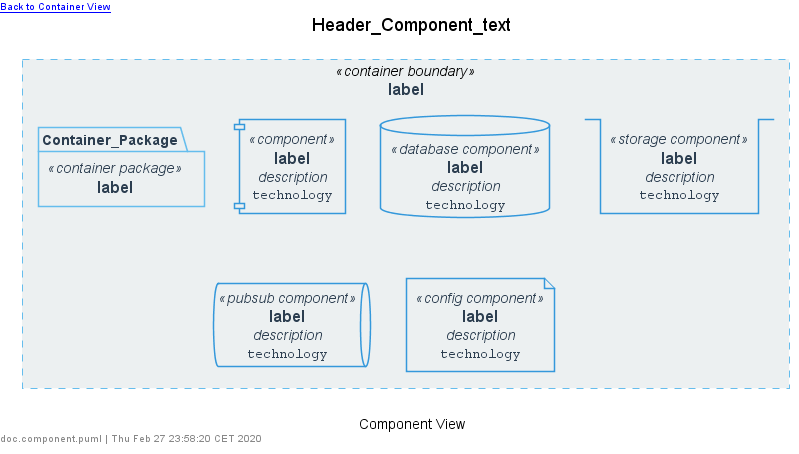
Before: example/diagrams/doc.component.png, a diagram exported from PlantUML (N0N4M3pl/plantuml-C4).
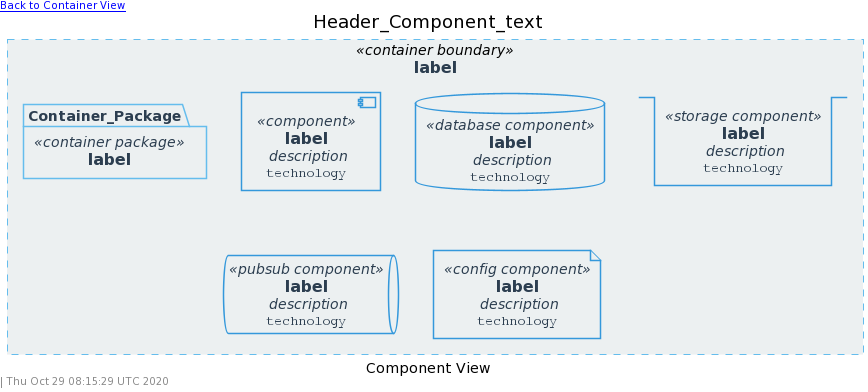
Later version of the same file.

The edit, as a diff of the source:
```diff
@@ -1,166 +1,109 @@
-@startuml doc.component
+@startuml
+!include https://raw.githubusercontent.com/N0N4M3pl/plantuml-C4/master/src/style.puml
+!include https://raw.githubusercontent.com/N0N4M3pl/plantuml-C4/master/src/common.puml
 
 
+!definelong Header_Component(text, link)
+left header [[link Back to Container View]]
+title text
+!enddefinelong
+
+!definelong Footer_Component()
+caption Component View
+Footer()
+!enddefinelong
 
 
-
-skinparam defaultTextAlignment center
-skinparam wrapWidth 200
-skinparam maxMessageSize 150
-
-
-
-
-
-
-
-
-
-
-
-
-
-
-
-
-
-
-
-skinparam defaultTextAlignment center
-skinparam wrapWidth 200
-skinparam maxMessageSize 150
-
-
-
-
-
-
-
-
-
-
-
-
-
-
-
-
-
-
-
-skinparam Note {
-    FontColor #566775
-    BackgroundColor white
-    BorderColor #b6c1c5
-}
-
-
-skinparam actor<<person>> {
-    StereotypeFontColor #2c3e50
-    FontColor #2c3e50
-    BackgroundColor #566775
-    BorderColor #566775
-    Shadowing false
-}
-
-skinparam Arrow {
-    FontColor #2c3e50
-    Color #566775
-    FontSize 12
-}
-
-
-
-
-
-
-
+!define Container_Boundary(alias, label) rectangle "==label" <<container boundary>> as alias
 skinparam rectangle<<container boundary>> {
-    StereotypeFontColor #2c3e50
-    FontColor #2c3e50
-    BackgroundColor #ecf0f1
-    BorderColor #65bded
+    StereotypeFontColor COLOR_FONT_DARK
+    FontColor COLOR_FONT_DARK
+    BackgroundColor COLOR_BOUNDARY_CONTAINER_BG
+    BorderColor COLOR_BOUNDARY_CONTAINER_BD
     BorderStyle dashed
     BorderThickness 1
     Shadowing false
 }
 
+!define Container_Package(alias, label) package "==label" <<container package>> as alias
 skinparam package<<container package>> {
-    StereotypeFontColor #2c3e50
-    FontColor #2c3e50
-    BackgroundColor #ecf0f1
-    BorderColor #65bded
+    StereotypeFontColor COLOR_FONT_DARK
+    FontColor COLOR_FONT_DARK
+    BackgroundColor COLOR_BOUNDARY_CONTAINER_BG
+    BorderColor COLOR_BOUNDARY_CONTAINER_BD
     Shadowing false
 }
 
+!define Component(alias, label, description=" ", technology="", link="") component "==label\n //description//\n ""technology"" " <<component>> as alias link
 skinparam component<<component>> {
-    StereotypeFontColor #2c3e50
-    FontColor #2c3e50
-    BackgroundColor #ecf0f1
-    BorderColor #3498db
+    StereotypeFontColor COLOR_FONT_DARK
+    FontColor COLOR_FONT_DARK
+    BackgroundColor COLOR_COMPONENT_BG
+    BorderColor COLOR_COMPONENT_BD
     Shadowing false
 }
 
+!define Component_PubSub(alias, label, description=" ", technology="", link="") queue "==label\n //description//\n ""technology"" " <<pubsub component>> as alias link
 skinparam queue<<pubsub component>> {
-    StereotypeFontColor #2c3e50
-    FontColor #2c3e50
-    BackgroundColor #ecf0f1
-    BorderColor #3498db
+    StereotypeFontColor COLOR_FONT_DARK
+    FontColor COLOR_FONT_DARK
+    BackgroundColor COLOR_COMPONENT_BG
+    BorderColor COLOR_COMPONENT_BD
     Shadowing false
 }
 
+!define Component_Database(alias, label, description=" ", technology="", link="") database "==label\n //description//\n ""technology"" " <<database component>> as alias link
 skinparam database<<database component>> {
-    StereotypeFontColor #2c3e50
-    FontColor #2c3e50
-    BackgroundColor #ecf0f1
-    BorderColor #3498db
+    StereotypeFontColor COLOR_FONT_DARK
+    FontColor COLOR_FONT_DARK
+    BackgroundColor COLOR_COMPONENT_BG
+    BorderColor COLOR_COMPONENT_BD
     Shadowing false
 }
 
+!define Component_Storage(alias, label, description=" ", technology="", link="") stack "==label\n //description//\n ""technology"" " <<storage component>> as alias link
 skinparam stack<<storage component>> {
-    StereotypeFontColor #2c3e50
-    FontColor #2c3e50
-    BackgroundColor #ecf0f1
-    BorderColor #3498db
+    StereotypeFontColor COLOR_FONT_DARK
+    FontColor COLOR_FONT_DARK
+    BackgroundColor COLOR_COMPONENT_BG
+    BorderColor COLOR_COMPONENT_BD
     Shadowing false
 }
 
+!define Component_Config(alias, label, description=" ", technology="", link="") file "==label\n //description//\n ""technology"" " <<config component>> as alias link
 skinparam file<<config component>> {
-    StereotypeFontColor #2c3e50
-    FontColor #2c3e50
-    BackgroundColor #ecf0f1
-    BorderColor #3498db
+    StereotypeFontColor COLOR_FONT_DARK
+    FontColor COLOR_FONT_DARK
+    BackgroundColor COLOR_COMPONENT_BG
+    BorderColor COLOR_COMPONENT_BD
     Shadowing false
 }
 
 
 
-left header [[Header_Component_link Back to Container View]]
-title Header_Component_text
+Header_Component("Header_Component_text", "Header_Component_link")
 
-top to bottom direction
+LAYOUT_TOP_DOWN
 
 
-rectangle "==label" <<container boundary>> as Container_Boundary {
+Container_Boundary(Container_Boundary, "label") {
 
-    package "==label" <<container package>> as Container_Package {
+    Container_Package(Container_Package, "label") {
 
     }
 
-    component "==label\n //description//\n ""technology"" " <<component>> as Component_alias [[link]]
+    Component(Component_alias, "label", "description", "technology", "[[link]]")
 
-    database "==label\n //description//\n ""technology"" " <<database component>> as Component_Database_alias [[link]]
+    Component_Database(Component_Database_alias, "label", "description", "technology", "[[link]]")
 
-    stack "==label\n //description//\n ""technology"" " <<storage component>> as Component_Storage_alias [[link]]
+    Component_Storage(Component_Storage_alias, "label", "description", "technology", "[[link]]")
 
-    queue "==label\n //description//\n ""technology"" " <<pubsub component>> as Component_PubSub_alias [[link]]
+    Component_PubSub(Component_PubSub_alias, "label", "description", "technology", "[[link]]")
 
-    file "==label\n //description//\n ""technology"" " <<config component>> as Component_Config_alias [[link]]
+    Component_Config(Component_Config_alias, "label", "description", "technology", "[[link]]")
 
 }
 
 
-caption Component View
-left footer doc.component.puml | Thu Feb 27 23:58:20 CET 2020
-
+Footer_Component()
 @enduml
```
